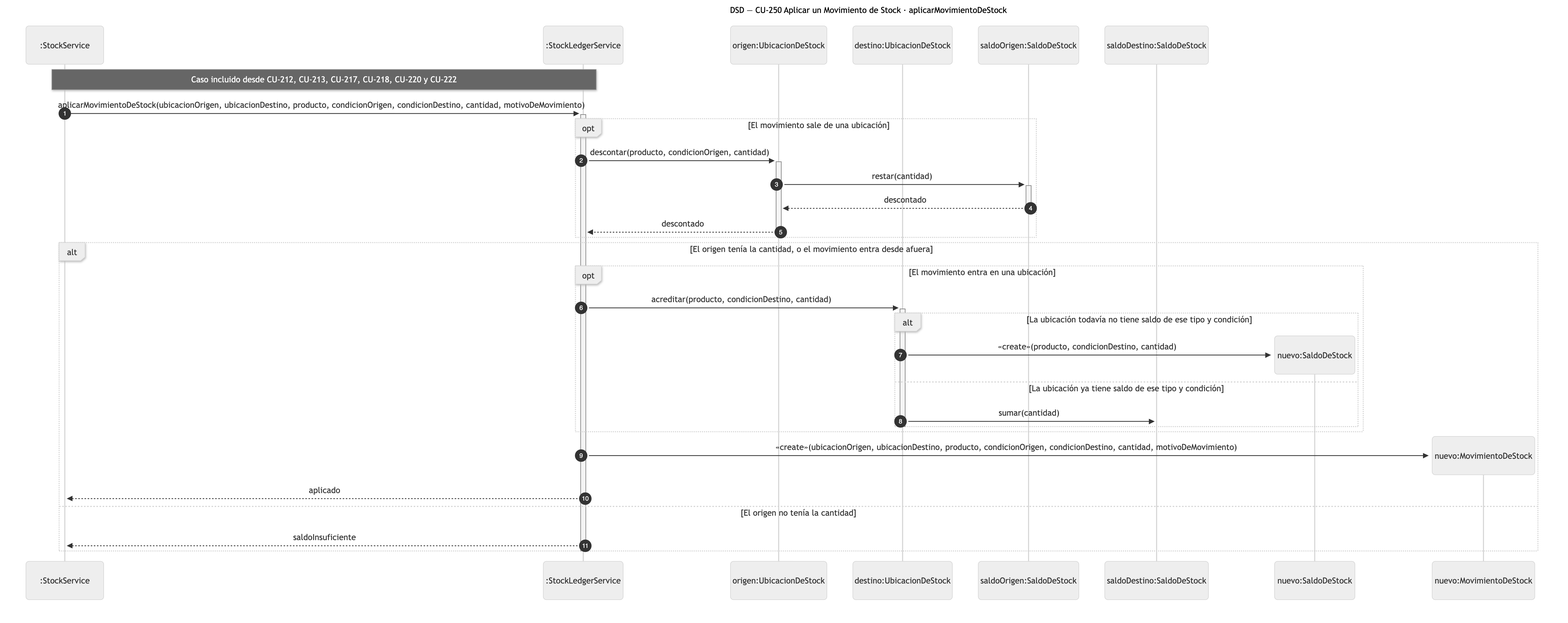
This is diagramas/png/DSD_CU-250_aplicarMovimientoDeStock.png from Nahuelito-Dev/splg-docs, a Mermaid export, as it was before one commit. Its source is kept beside it as diagramas/DSD_CU-250_aplicarMovimientoDeStock.mmd.
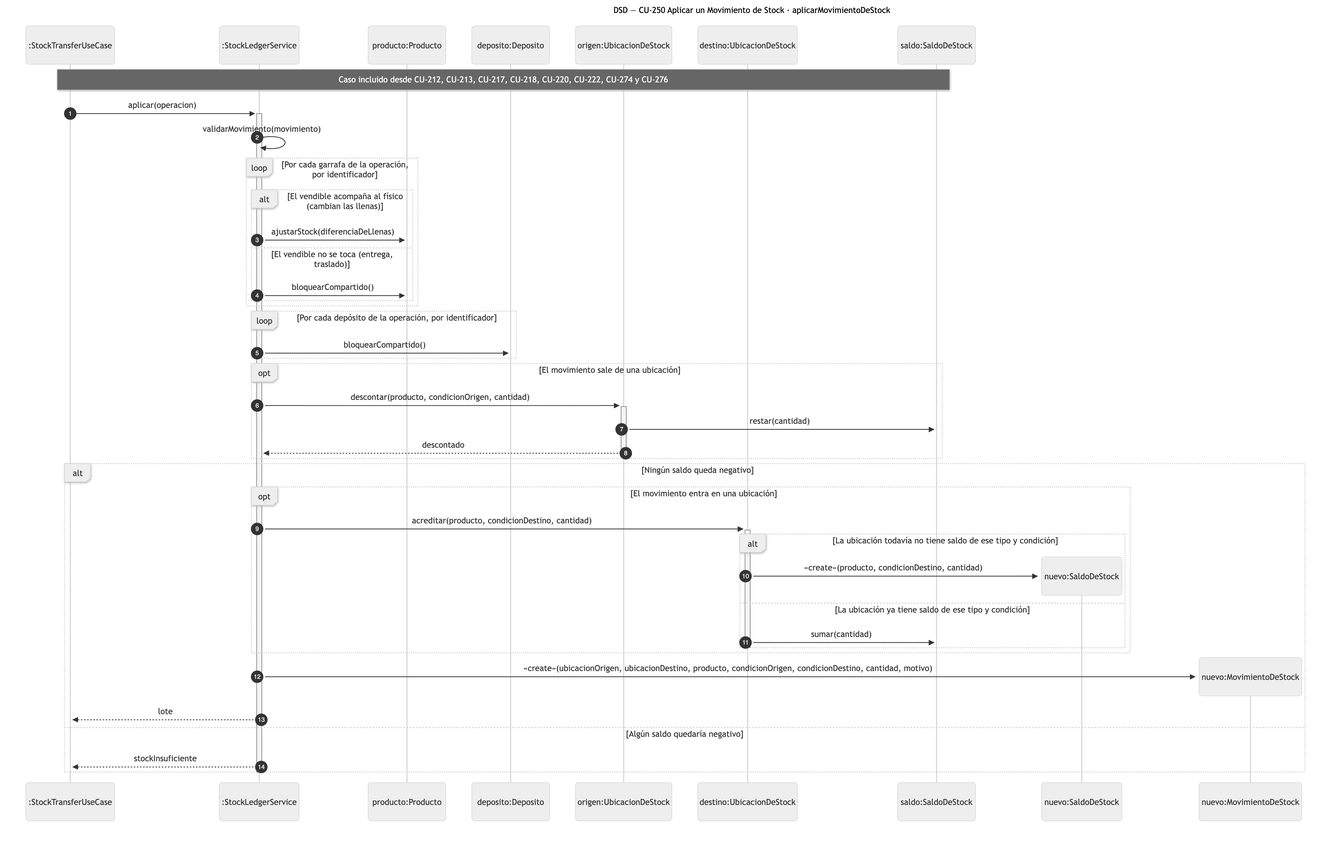
After the change.

The edit, as a diff of the source:
```diff
@@ -1,36 +1,47 @@
 sequenceDiagram
     title DSD — CU-250 Aplicar un Movimiento de Stock · aplicarMovimientoDeStock
     autonumber
-    participant CTL as :StockService
+    participant CTL as :StockTransferUseCase
     participant LED as :StockLedgerService
+    participant PRO as producto:Producto
+    participant DEP as deposito:Deposito
     participant UBO as origen:UbicacionDeStock
     participant UBD as destino:UbicacionDeStock
-    participant SAO as saldoOrigen:SaldoDeStock
-    participant SAD as saldoDestino:SaldoDeStock
+    participant SAL as saldo:SaldoDeStock
 
-    Note over CTL,LED: Caso incluido desde CU-212, CU-213, CU-217, CU-218, CU-220 y CU-222
-    CTL->>+LED: aplicarMovimientoDeStock(ubicacionOrigen, ubicacionDestino, producto, condicionOrigen, condicionDestino, cantidad, motivoDeMovimiento)
+    Note over CTL,SAL: Caso incluido desde CU-212, CU-213, CU-217, CU-218, CU-220, CU-222, CU-274 y CU-276
+    CTL->>+LED: aplicar(operacion)
+    LED->>LED: validarMovimiento(movimiento)
+    loop Por cada garrafa de la operación, por identificador
+        alt El vendible acompaña al físico (cambian las llenas)
+            LED->>PRO: ajustarStock(diferenciaDeLlenas)
+        else El vendible no se toca (entrega, traslado)
+            LED->>PRO: bloquearCompartido()
+        end
+    end
+    loop Por cada depósito de la operación, por identificador
+        LED->>DEP: bloquearCompartido()
+    end
     opt El movimiento sale de una ubicación
         LED->>+UBO: descontar(producto, condicionOrigen, cantidad)
-        UBO->>+SAO: restar(cantidad)
-        SAO-->>-UBO: descontado
+        UBO->>SAL: restar(cantidad)
         UBO-->>-LED: descontado
     end
-    alt El origen tenía la cantidad, o el movimiento entra desde afuera
+    alt Ningún saldo queda negativo
         opt El movimiento entra en una ubicación
             LED->>+UBD: acreditar(producto, condicionDestino, cantidad)
             alt La ubicación todavía no tiene saldo de ese tipo y condición
                 create participant NSA as nuevo:SaldoDeStock
                 UBD->>NSA: «create»(producto, condicionDestino, cantidad)
             else La ubicación ya tiene saldo de ese tipo y condición
-                UBD->>SAD: sumar(cantidad)
+                UBD->>SAL: sumar(cantidad)
             end
             deactivate UBD
         end
         create participant MOV as nuevo:MovimientoDeStock
-        LED->>MOV: «create»(ubicacionOrigen, ubicacionDestino, producto, condicionOrigen, condicionDestino, cantidad, motivoDeMovimiento)
-        LED-->>CTL: aplicado
-    else El origen no tenía la cantidad
-        LED-->>CTL: saldoInsuficiente
+        LED->>MOV: «create»(ubicacionOrigen, ubicacionDestino, producto, condicionOrigen, condicionDestino, cantidad, motivo)
+        LED-->>CTL: lote
+    else Algún saldo quedaría negativo
+        LED-->>CTL: stockInsuficiente
     end
     deactivate LED
```
